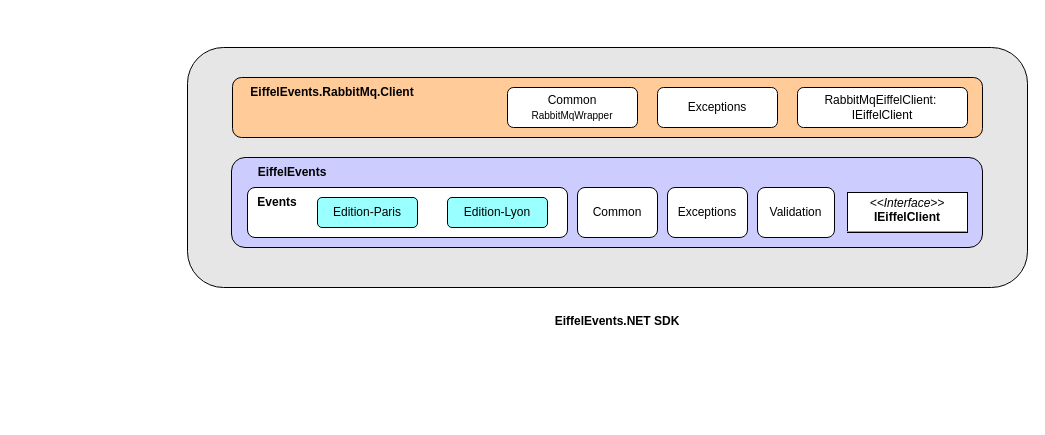
Before: docs/docfx_project/images/src/sdk-structure.drawio in eiffel-community/eiffelevents-sdk-dotnet, a draw.io diagram. Source tidied: cells renumbered, new cells numbered last; positions are measured from the earlier drawing's top-left corner, leaving out a move shared by most shapes. Both pictures are drawn from the tidied source at 100%, with x=0, y=0 at pixel (187, 47).
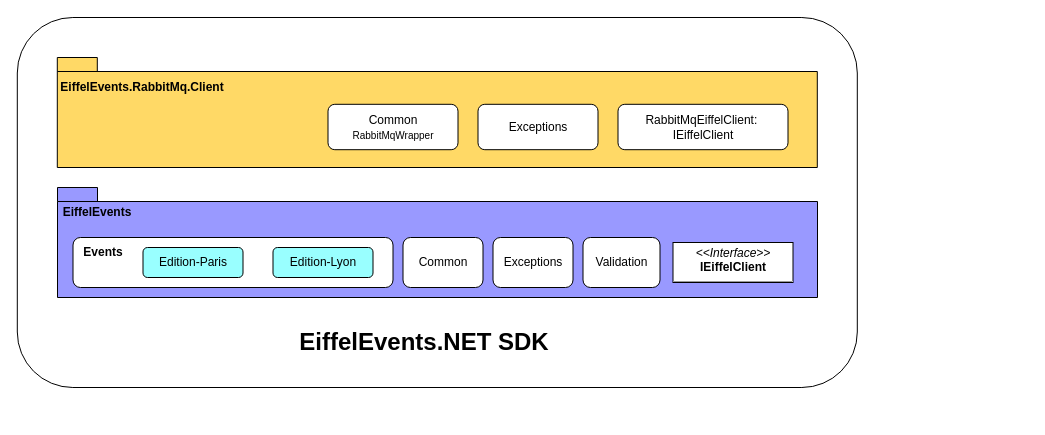
The same diagram, later.

Commit message (it also covers changes not shown here):
Update architecture document.

Change to the diagram source:
```diff
@@
+    <mxCell id="19" style="group;" parent="1" vertex="1">
+      <mxGeometry x="-140" y="10" width="809.8" height="360" as="geometry" />
+    </mxCell>
+    <mxCell id="20" style="shape=folder;fontStyle=1;spacingTop=10;tabWidth=40;tabHeight=14;tabPosition=left;html=1;fillColor=#FFD966;" parent="19" vertex="1">
+      <mxGeometry x="9.8" width="760" height="110" as="geometry" />
+    </mxCell>
+    <mxCell id="10" value="&lt;span style=&quot;font-weight: 700&quot;&gt;EiffelEvents.RabbitMq.&lt;/span&gt;&lt;b&gt;Client&lt;/b&gt;" style="text;html=1;strokeColor=none;fillColor=none;align=center;verticalAlign=middle;whiteSpace=wrap;rounded=0;" parent="19" vertex="1">
+      <mxGeometry y="12.7" width="190" height="34.1" as="geometry" />
+    </mxCell>
+    <mxCell id="12" value="RabbitMqEiffelClient:&amp;nbsp;&lt;br&gt;IEiffelClient" style="rounded=1;whiteSpace=wrap;html=1;" parent="19" vertex="1">
+      <mxGeometry x="570.5" y="46.8" width="170" height="45.4" as="geometry" />
+    </mxCell>
+    <mxCell id="17" value="Exceptions" style="rounded=1;whiteSpace=wrap;html=1;" parent="19" vertex="1">
+      <mxGeometry x="430.5" y="46.8" width="120" height="45.4" as="geometry" />
+    </mxCell>
+    <mxCell id="18" value="Common&lt;br&gt;&lt;font style=&quot;font-size: 10px&quot;&gt;RabbitMqWrapper&lt;/font&gt;" style="rounded=1;whiteSpace=wrap;html=1;" parent="19" vertex="1">
+      <mxGeometry x="280.5" y="46.8" width="130" height="45.4" as="geometry" />
+    </mxCell>
-    <mxCell id="2" style="rounded=1;whiteSpace=wrap;html=1;fillColor=#E6E6E6;" parent="1" vertex="1">
-      <mxGeometry width="840" height="240" as="geometry" />
+    <mxCell id="2" style="rounded=1;whiteSpace=wrap;html=1;fillColor=none;" parent="19" vertex="1">
+      <mxGeometry x="-30.2" y="-40" width="840" height="370" as="geometry" />
     </mxCell>
-    <mxCell id="3" style="rounded=1;whiteSpace=wrap;html=1;fillColor=#CCCCFF;" parent="1" vertex="1">
-      <mxGeometry x="44" y="110" width="751" height="90" as="geometry" />
-    </mxCell>
-    <mxCell id="4" style="rounded=1;whiteSpace=wrap;html=1;fillColor=#FFCC99;" parent="1" vertex="1">
-      <mxGeometry x="45" y="30" width="750" height="60" as="geometry" />
-    </mxCell>
-    <mxCell id="5" value="&lt;span style=&quot;font-weight: 700&quot;&gt;EiffelEvents&lt;/span&gt;" style="text;html=1;strokeColor=none;fillColor=none;align=center;verticalAlign=middle;whiteSpace=wrap;rounded=0;" parent="1" vertex="1">
-      <mxGeometry x="70" y="110" width="70" height="30" as="geometry" />
-    </mxCell>
+    <mxCell id="13" value="&lt;span style=&quot;font-weight: 700&quot;&gt;&lt;font style=&quot;font-size: 24px&quot;&gt;EiffelEvents.NET SDK&lt;/font&gt;&lt;/span&gt;" style="text;html=1;strokeColor=none;fillColor=none;align=center;verticalAlign=middle;whiteSpace=wrap;rounded=0;" parent="19" vertex="1">
+      <mxGeometry x="230" y="270" width="294" height="30" as="geometry" />
+    </mxCell>
+    <mxCell id="21" style="group;" parent="1" vertex="1">
+      <mxGeometry x="-130" y="140" width="765.5" height="110" as="geometry" />
+    </mxCell>
+    <mxCell id="22" style="group;" parent="21" vertex="1">
+      <mxGeometry width="765.5" height="110" as="geometry" />
+    </mxCell>
+    <mxCell id="23" style="shape=folder;fontStyle=1;spacingTop=10;tabWidth=40;tabHeight=14;tabPosition=left;html=1;fillColor=#9999FF;" parent="22" vertex="1">
+      <mxGeometry width="760" height="110" as="geometry" />
+    </mxCell>
+    <mxCell id="24" style="group;" parent="22" vertex="1">
+      <mxGeometry x="15.5" y="50" width="750" height="60" as="geometry" />
+    </mxCell>
-    <mxCell id="6" style="rounded=1;whiteSpace=wrap;html=1;" parent="1" vertex="1">
-      <mxGeometry x="60" y="140" width="320" height="50" as="geometry" />
+    <mxCell id="6" style="rounded=1;whiteSpace=wrap;html=1;" parent="24" vertex="1">
+      <mxGeometry width="320" height="50" as="geometry" />
     </mxCell>
-    <mxCell id="7" value="Common" style="rounded=1;whiteSpace=wrap;html=1;" parent="1" vertex="1">
-      <mxGeometry x="390" y="140" width="80" height="50" as="geometry" />
+    <mxCell id="7" value="Common" style="rounded=1;whiteSpace=wrap;html=1;" parent="24" vertex="1">
+      <mxGeometry x="330" width="80" height="50" as="geometry" />
     </mxCell>
-    <mxCell id="8" value="Exceptions" style="rounded=1;whiteSpace=wrap;html=1;" parent="1" vertex="1">
-      <mxGeometry x="480" y="140" width="80" height="50" as="geometry" />
+    <mxCell id="8" value="Exceptions" style="rounded=1;whiteSpace=wrap;html=1;" parent="24" vertex="1">
+      <mxGeometry x="420" width="80" height="50" as="geometry" />
     </mxCell>
-    <mxCell id="9" value="Validation" style="rounded=1;whiteSpace=wrap;html=1;" parent="1" vertex="1">
-      <mxGeometry x="570" y="140" width="77" height="50" as="geometry" />
+    <mxCell id="9" value="Validation" style="rounded=1;whiteSpace=wrap;html=1;" parent="24" vertex="1">
+      <mxGeometry x="510" width="77" height="50" as="geometry" />
     </mxCell>
-    <mxCell id="10" value="&lt;span style=&quot;font-weight: 700&quot;&gt;EiffelEvents.RabbitMq.&lt;/span&gt;&lt;b&gt;Client&lt;/b&gt;" style="text;html=1;strokeColor=none;fillColor=none;align=center;verticalAlign=middle;whiteSpace=wrap;rounded=0;" parent="1" vertex="1">
-      <mxGeometry x="50" y="30" width="190" height="30" as="geometry" />
-    </mxCell>
-    <mxCell id="11" value="&lt;p style=&quot;margin: 0px ; margin-top: 4px ; text-align: center&quot;&gt;&lt;i&gt;&amp;lt;&amp;lt;Interface&amp;gt;&amp;gt;&lt;/i&gt;&lt;br&gt;&lt;b&gt;IEiffelClient&lt;/b&gt;&lt;/p&gt;&lt;hr size=&quot;1&quot;&gt;&lt;p style=&quot;margin: 0px ; margin-left: 4px&quot;&gt;&lt;/p&gt;&lt;p style=&quot;margin: 0px ; margin-left: 4px&quot;&gt;&lt;br&gt;&lt;/p&gt;" style="verticalAlign=top;align=left;overflow=fill;fontSize=12;fontFamily=Helvetica;html=1;" parent="1" vertex="1">
-      <mxGeometry x="660" y="145" width="120" height="40" as="geometry" />
+    <mxCell id="11" value="&lt;p style=&quot;margin: 0px ; margin-top: 4px ; text-align: center&quot;&gt;&lt;i&gt;&amp;lt;&amp;lt;Interface&amp;gt;&amp;gt;&lt;/i&gt;&lt;br&gt;&lt;b&gt;IEiffelClient&lt;/b&gt;&lt;/p&gt;&lt;hr size=&quot;1&quot;&gt;&lt;p style=&quot;margin: 0px ; margin-left: 4px&quot;&gt;&lt;/p&gt;&lt;p style=&quot;margin: 0px ; margin-left: 4px&quot;&gt;&lt;br&gt;&lt;/p&gt;" style="verticalAlign=top;align=left;overflow=fill;fontSize=12;fontFamily=Helvetica;html=1;" parent="24" vertex="1">
+      <mxGeometry x="600" y="5" width="120" height="40" as="geometry" />
     </mxCell>
-    <mxCell id="12" value="RabbitMqEiffelClient:&amp;nbsp;&lt;br&gt;IEiffelClient" style="rounded=1;whiteSpace=wrap;html=1;" parent="1" vertex="1">
-      <mxGeometry x="610" y="40" width="170" height="40" as="geometry" />
-    </mxCell>
-    <mxCell id="13" value="EiffelEvents.NET SDK" style="text;align=center;fontStyle=1;verticalAlign=middle;spacingLeft=3;spacingRight=3;strokeColor=none;" parent="1" vertex="1">
-      <mxGeometry x="390" y="260" width="80" height="26" as="geometry" />
-    </mxCell>
-    <mxCell id="14" value="Edition-Paris" style="rounded=1;whiteSpace=wrap;html=1;fillColor=#99FFFF;" parent="1" vertex="1">
-      <mxGeometry x="130" y="150" width="100" height="30" as="geometry" />
+    <mxCell id="14" value="Edition-Paris" style="rounded=1;whiteSpace=wrap;html=1;fillColor=#99FFFF;" parent="24" vertex="1">
+      <mxGeometry x="70" y="10" width="100" height="30" as="geometry" />
     </mxCell>
-    <mxCell id="15" value="&lt;b&gt;Events&lt;/b&gt;" style="text;html=1;strokeColor=none;fillColor=none;align=center;verticalAlign=middle;whiteSpace=wrap;rounded=0;" parent="1" vertex="1">
-      <mxGeometry x="60" y="140" width="60" height="30" as="geometry" />
+    <mxCell id="15" value="&lt;b&gt;Events&lt;/b&gt;" style="text;html=1;strokeColor=none;fillColor=none;align=center;verticalAlign=middle;whiteSpace=wrap;rounded=0;" parent="24" vertex="1">
+      <mxGeometry width="60" height="30" as="geometry" />
     </mxCell>
-    <mxCell id="16" value="Edition-Lyon" style="rounded=1;whiteSpace=wrap;html=1;fillColor=#99FFFF;" parent="1" vertex="1">
-      <mxGeometry x="260" y="150" width="100" height="30" as="geometry" />
+    <mxCell id="16" value="Edition-Lyon" style="rounded=1;whiteSpace=wrap;html=1;fillColor=#99FFFF;" parent="24" vertex="1">
+      <mxGeometry x="200" y="10" width="100" height="30" as="geometry" />
     </mxCell>
-    <mxCell id="17" value="Exceptions" style="rounded=1;whiteSpace=wrap;html=1;" parent="1" vertex="1">
-      <mxGeometry x="470" y="40" width="120" height="40" as="geometry" />
-    </mxCell>
-    <mxCell id="18" value="Common&lt;br&gt;&lt;font style=&quot;font-size: 10px&quot;&gt;RabbitMqWrapper&lt;/font&gt;" style="rounded=1;whiteSpace=wrap;html=1;" parent="1" vertex="1">
-      <mxGeometry x="320" y="40" width="130" height="40" as="geometry" />
-    </mxCell>
+    <mxCell id="5" value="&lt;span style=&quot;font-weight: 700&quot;&gt;EiffelEvents&lt;/span&gt;" style="text;html=1;strokeColor=none;fillColor=none;align=center;verticalAlign=middle;whiteSpace=wrap;rounded=0;" parent="21" vertex="1">
+      <mxGeometry x="5" y="10" width="70" height="30" as="geometry" />
+    </mxCell>
```
